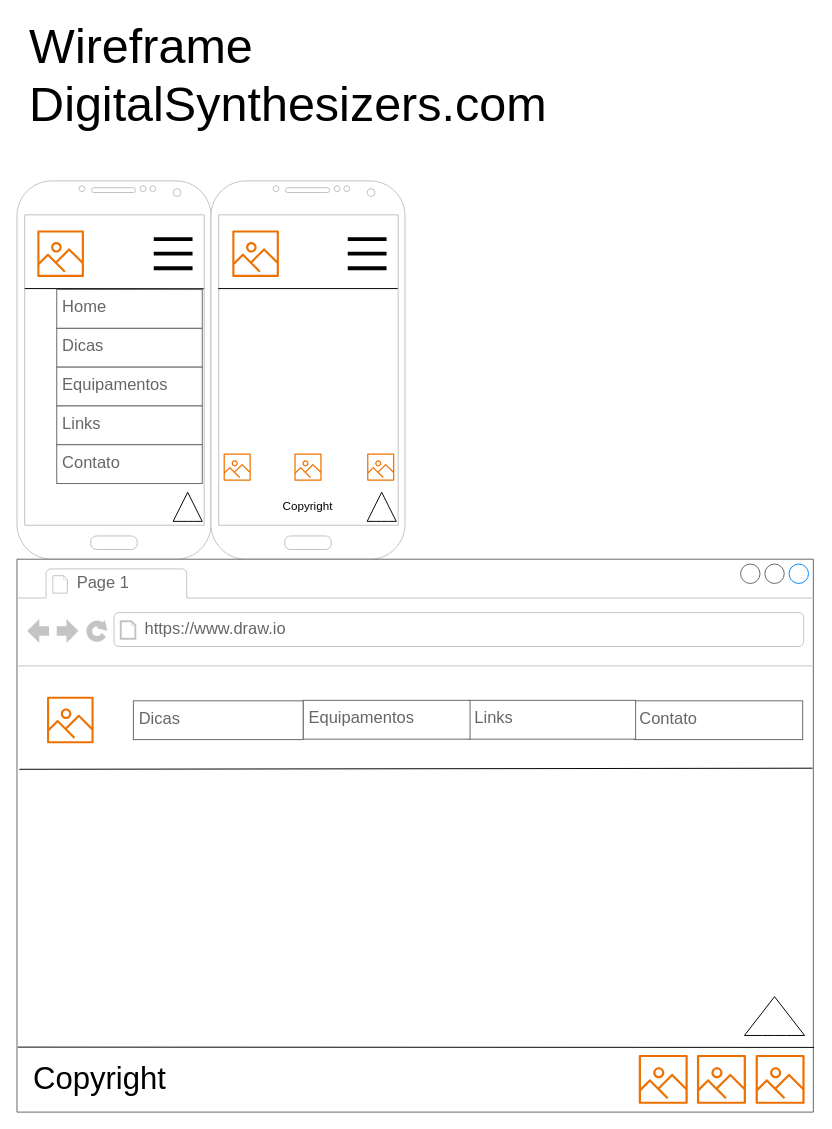
Before: doc/wireframe.drawio in Lucas-Santos-Da-Silva/DigitalSynthesizers, a draw.io diagram. Source tidied: cells renumbered, new cells numbered last; positions are measured from the earlier drawing's top-left corner, leaving out a move shared by most shapes. Both pictures are drawn from the tidied source at 97%, with x=0, y=0 at pixel (16, 16).
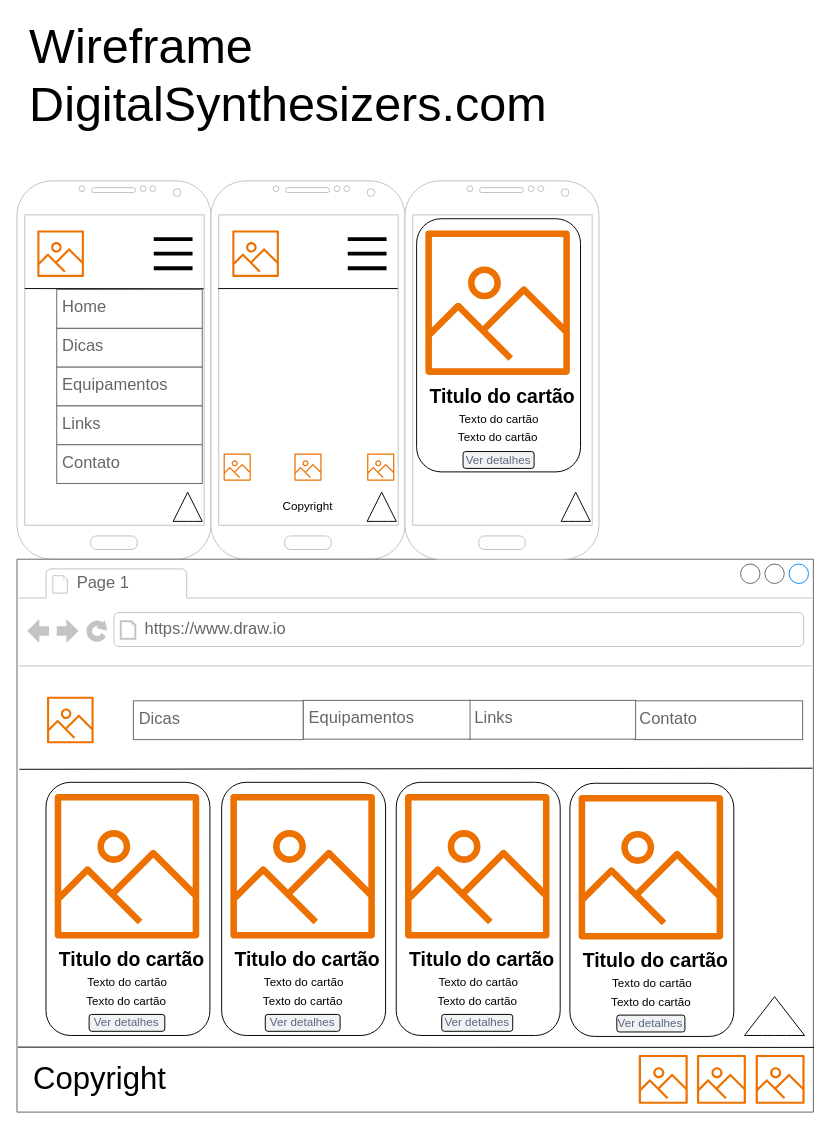
Above is the later version.

Unchanged cells that the change refers to:
```xml
<mxCell id="4" style="strokeWidth=1;shadow=0;dashed=0;align=center;html=1;shape=mxgraph.mockup.containers.browserWindow;rSize=0;strokeColor=#666666;strokeColor2=#008cff;strokeColor3=#c4c4c4;mainText=,;" parent="1" vertex="1">
  <mxGeometry y="559" width="821" height="570" as="geometry" />
</mxCell>
```

Diff of the diagram source:
```diff
@@
+    <mxCell id="39" style="rounded=1;whiteSpace=wrap;html=1;" parent="4" vertex="1">
+      <mxGeometry x="29.9" y="230" width="169" height="261" as="geometry" />
+    </mxCell>
+    <mxCell id="40" style="sketch=0;fontColor=#232F3E;gradientColor=none;fillColor=#ED7100;strokeColor=none;dashed=0;verticalLabelPosition=bottom;verticalAlign=top;align=center;html=1;fontSize=12;fontStyle=0;shape=mxgraph.aws4.container_registry_image;" parent="4" vertex="1">
+      <mxGeometry x="38.9" y="242" width="149" height="149" as="geometry" />
+    </mxCell>
+    <mxCell id="41" value="&lt;font style=&quot;font-size: 20px;&quot;&gt;Titulo do cartão&lt;/font&gt;" style="text;strokeColor=none;fillColor=none;html=1;fontSize=24;fontStyle=1;verticalAlign=middle;align=center;" parent="4" vertex="1">
+      <mxGeometry x="35.6" y="402" width="164.5" height="20" as="geometry" />
+    </mxCell>
+    <mxCell id="42" value="Texto do cartão" style="text;html=1;strokeColor=none;fillColor=none;align=center;verticalAlign=middle;whiteSpace=wrap;rounded=0;" parent="4" vertex="1">
+      <mxGeometry x="69.4" y="422" width="90" height="30" as="geometry" />
+    </mxCell>
+    <mxCell id="43" value="Texto do cartão" style="text;html=1;strokeColor=none;fillColor=none;align=center;verticalAlign=middle;whiteSpace=wrap;rounded=0;" parent="4" vertex="1">
+      <mxGeometry x="68.4" y="441" width="90" height="30" as="geometry" />
+    </mxCell>
+    <mxCell id="44" style="rounded=1;whiteSpace=wrap;html=1;" parent="4" vertex="1">
+      <mxGeometry x="211" y="230" width="169" height="261" as="geometry" />
+    </mxCell>
+    <mxCell id="45" style="sketch=0;fontColor=#232F3E;gradientColor=none;fillColor=#ED7100;strokeColor=none;dashed=0;verticalLabelPosition=bottom;verticalAlign=top;align=center;html=1;fontSize=12;fontStyle=0;shape=mxgraph.aws4.container_registry_image;" parent="4" vertex="1">
+      <mxGeometry x="220" y="242" width="149" height="149" as="geometry" />
+    </mxCell>
+    <mxCell id="46" value="&lt;font style=&quot;font-size: 20px;&quot;&gt;Titulo do cartão&lt;/font&gt;" style="text;strokeColor=none;fillColor=none;html=1;fontSize=24;fontStyle=1;verticalAlign=middle;align=center;" parent="4" vertex="1">
+      <mxGeometry x="216.8" y="402" width="164.5" height="20" as="geometry" />
+    </mxCell>
+    <mxCell id="47" value="Texto do cartão" style="text;html=1;strokeColor=none;fillColor=none;align=center;verticalAlign=middle;whiteSpace=wrap;rounded=0;" parent="4" vertex="1">
+      <mxGeometry x="250.5" y="422" width="90" height="30" as="geometry" />
+    </mxCell>
+    <mxCell id="48" value="Texto do cartão" style="text;html=1;strokeColor=none;fillColor=none;align=center;verticalAlign=middle;whiteSpace=wrap;rounded=0;" parent="4" vertex="1">
+      <mxGeometry x="249.5" y="441" width="90" height="30" as="geometry" />
+    </mxCell>
+    <mxCell id="49" style="rounded=1;whiteSpace=wrap;html=1;" parent="4" vertex="1">
+      <mxGeometry x="391" y="230" width="169" height="261" as="geometry" />
+    </mxCell>
+    <mxCell id="50" style="sketch=0;fontColor=#232F3E;gradientColor=none;fillColor=#ED7100;strokeColor=none;dashed=0;verticalLabelPosition=bottom;verticalAlign=top;align=center;html=1;fontSize=12;fontStyle=0;shape=mxgraph.aws4.container_registry_image;" parent="4" vertex="1">
+      <mxGeometry x="400" y="242" width="149" height="149" as="geometry" />
+    </mxCell>
+    <mxCell id="51" value="&lt;font style=&quot;font-size: 20px;&quot;&gt;Titulo do cartão&lt;/font&gt;" style="text;strokeColor=none;fillColor=none;html=1;fontSize=24;fontStyle=1;verticalAlign=middle;align=center;" parent="4" vertex="1">
+      <mxGeometry x="396.8" y="402" width="164.5" height="20" as="geometry" />
+    </mxCell>
+    <mxCell id="52" value="Texto do cartão" style="text;html=1;strokeColor=none;fillColor=none;align=center;verticalAlign=middle;whiteSpace=wrap;rounded=0;" parent="4" vertex="1">
+      <mxGeometry x="430.5" y="422" width="90" height="30" as="geometry" />
+    </mxCell>
+    <mxCell id="53" value="Texto do cartão" style="text;html=1;strokeColor=none;fillColor=none;align=center;verticalAlign=middle;whiteSpace=wrap;rounded=0;" parent="4" vertex="1">
+      <mxGeometry x="429.5" y="441" width="90" height="30" as="geometry" />
+    </mxCell>
+    <mxCell id="54" value="Ver detalhes" style="rounded=1;fillColor=#F1F2F4;align=center;strokeColor=default;html=1;whiteSpace=wrap;fontColor=#596780;fontSize=12;sketch=0;" parent="4" vertex="1">
+      <mxGeometry x="74.4" y="469.3" width="78" height="17.4" as="geometry" />
+    </mxCell>
+    <mxCell id="55" value="Ver detalhes" style="rounded=1;fillColor=#F1F2F4;align=center;strokeColor=default;html=1;whiteSpace=wrap;fontColor=#596780;fontSize=12;sketch=0;" parent="4" vertex="1">
+      <mxGeometry x="256" y="469.3" width="77.1" height="17.4" as="geometry" />
+    </mxCell>
+    <mxCell id="56" value="Ver detalhes" style="rounded=1;fillColor=#F1F2F4;align=center;strokeColor=default;html=1;whiteSpace=wrap;fontColor=#596780;fontSize=12;sketch=0;" parent="4" vertex="1">
+      <mxGeometry x="437.9" y="469.3" width="73.2" height="17.4" as="geometry" />
+    </mxCell>
@@
+    <mxCell id="57" style="verticalLabelPosition=bottom;verticalAlign=top;html=1;shadow=0;dashed=0;strokeWidth=1;shape=mxgraph.android.phone2;strokeColor=#c0c0c0;" parent="1" vertex="1">
+      <mxGeometry x="400" y="169" width="200" height="390" as="geometry" />
+    </mxCell>
+    <mxCell id="58" style="rounded=1;whiteSpace=wrap;html=1;" parent="1" vertex="1">
+      <mxGeometry x="412" y="208" width="169" height="261" as="geometry" />
+    </mxCell>
+    <mxCell id="59" style="sketch=0;fontColor=#232F3E;gradientColor=none;fillColor=#ED7100;strokeColor=none;dashed=0;verticalLabelPosition=bottom;verticalAlign=top;align=center;html=1;fontSize=12;fontStyle=0;shape=mxgraph.aws4.container_registry_image;" parent="1" vertex="1">
+      <mxGeometry x="421" y="220" width="149" height="149" as="geometry" />
+    </mxCell>
+    <mxCell id="60" value="&lt;font style=&quot;font-size: 20px;&quot;&gt;Titulo do cartão&lt;/font&gt;" style="text;strokeColor=none;fillColor=none;html=1;fontSize=24;fontStyle=1;verticalAlign=middle;align=center;" parent="1" vertex="1">
+      <mxGeometry x="417.8" y="380" width="164.5" height="20" as="geometry" />
+    </mxCell>
+    <mxCell id="61" value="Texto do cartão" style="text;html=1;strokeColor=none;fillColor=none;align=center;verticalAlign=middle;whiteSpace=wrap;rounded=0;" parent="1" vertex="1">
+      <mxGeometry x="451.5" y="400" width="90" height="30" as="geometry" />
+    </mxCell>
+    <mxCell id="62" value="Texto do cartão" style="text;html=1;strokeColor=none;fillColor=none;align=center;verticalAlign=middle;whiteSpace=wrap;rounded=0;" parent="1" vertex="1">
+      <mxGeometry x="450.5" y="419" width="90" height="30" as="geometry" />
+    </mxCell>
+    <mxCell id="63" style="html=1;shadow=0;dashed=0;align=center;verticalAlign=middle;shape=mxgraph.arrows2.arrow;dy=0.6;dx=40;direction=north;notch=0;" parent="1" vertex="1">
+      <mxGeometry x="561" y="490" width="30" height="30" as="geometry" />
+    </mxCell>
+    <mxCell id="64" style="rounded=1;whiteSpace=wrap;html=1;" parent="1" vertex="1">
+      <mxGeometry x="570" y="790" width="169" height="261" as="geometry" />
+    </mxCell>
+    <mxCell id="65" style="sketch=0;fontColor=#232F3E;gradientColor=none;fillColor=#ED7100;strokeColor=none;dashed=0;verticalLabelPosition=bottom;verticalAlign=top;align=center;html=1;fontSize=12;fontStyle=0;shape=mxgraph.aws4.container_registry_image;" parent="1" vertex="1">
+      <mxGeometry x="579" y="802" width="149" height="149" as="geometry" />
+    </mxCell>
+    <mxCell id="66" value="&lt;font style=&quot;font-size: 20px;&quot;&gt;Titulo do cartão&lt;/font&gt;" style="text;strokeColor=none;fillColor=none;html=1;fontSize=24;fontStyle=1;verticalAlign=middle;align=center;" parent="1" vertex="1">
+      <mxGeometry x="575.8" y="962" width="164.5" height="20" as="geometry" />
+    </mxCell>
+    <mxCell id="67" value="Texto do cartão" style="text;html=1;strokeColor=none;fillColor=none;align=center;verticalAlign=middle;whiteSpace=wrap;rounded=0;" parent="1" vertex="1">
+      <mxGeometry x="609.5" y="982" width="90" height="30" as="geometry" />
+    </mxCell>
+    <mxCell id="68" value="Texto do cartão" style="text;html=1;strokeColor=none;fillColor=none;align=center;verticalAlign=middle;whiteSpace=wrap;rounded=0;" parent="1" vertex="1">
+      <mxGeometry x="608.5" y="1001" width="90" height="30" as="geometry" />
+    </mxCell>
+    <mxCell id="69" value="Ver detalhes" style="rounded=1;fillColor=#F1F2F4;align=center;strokeColor=default;html=1;whiteSpace=wrap;fontColor=#596780;fontSize=12;sketch=0;" parent="1" vertex="1">
+      <mxGeometry x="618.4" y="1029" width="70.2" height="17.4" as="geometry" />
+    </mxCell>
+    <mxCell id="70" value="Ver detalhes" style="rounded=1;fillColor=#F1F2F4;align=center;strokeColor=default;html=1;whiteSpace=wrap;fontColor=#596780;fontSize=12;sketch=0;" parent="1" vertex="1">
+      <mxGeometry x="459.9" y="448" width="73.2" height="17.4" as="geometry" />
+    </mxCell>
```
